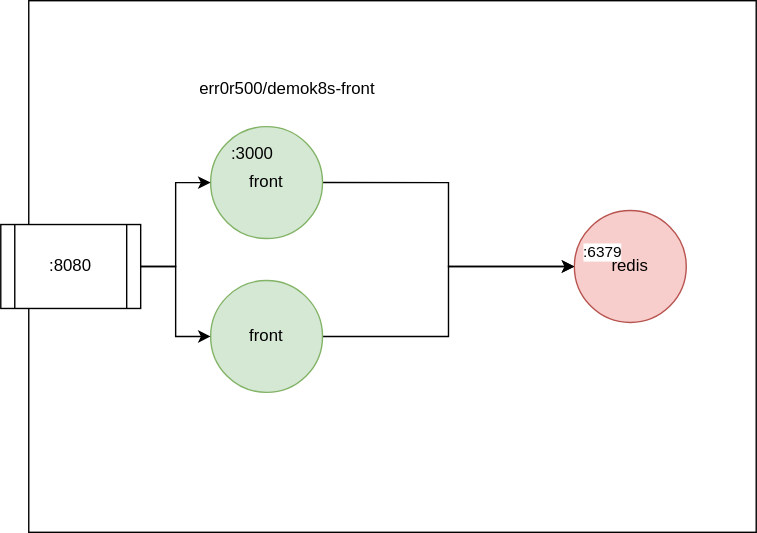
Before: demo.svg, a diagram exported from draw.io (err0r500/k8s-practice). Source tidied: cells renumbered, new cells last; positions are measured from the earlier drawing's top-left corner, leaving out a move shared by most shapes.
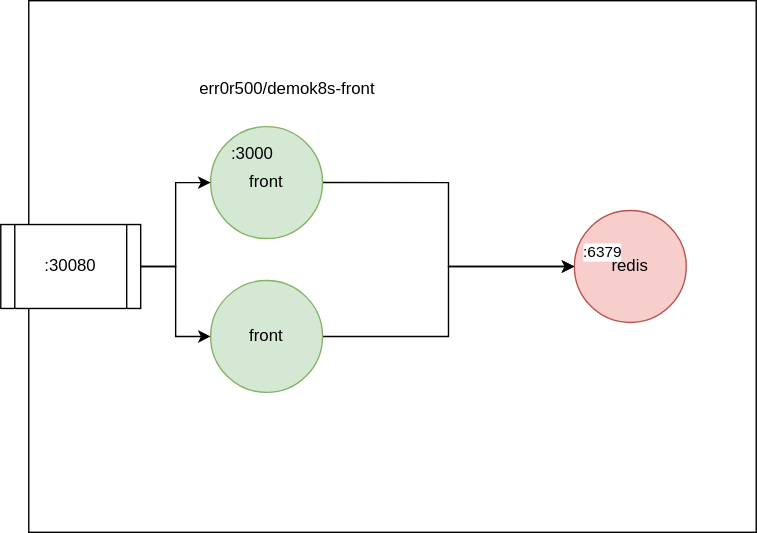
The same diagram one commit later.

Diff of the diagram source:
```diff
@@ -31,7 +31,7 @@
     <mxCell id="10" style="edgeStyle=orthogonalEdgeStyle;rounded=0;jettySize=auto;html=1;exitX=1;exitY=0.5;exitDx=0;exitDy=0;entryX=0;entryY=0.5;entryDx=0;entryDy=0;" parent="1" edge="1" source="11" target="8">
       <mxGeometry relative="1" as="geometry" />
     </mxCell>
-    <mxCell id="11" value=":8080" style="shape=process;whiteSpace=wrap;html=1;backgroundOutline=1;" parent="1" vertex="1">
+    <mxCell id="11" value=":30080" style="shape=process;whiteSpace=wrap;html=1;backgroundOutline=1;" parent="1" vertex="1">
       <mxGeometry y="160" width="100" height="60" as="geometry" />
     </mxCell>
     <mxCell id="12" value="&lt;span style=&quot;font-family: , &amp;#34;consolas&amp;#34; , &amp;#34;liberation mono&amp;#34; , &amp;#34;menlo&amp;#34; , monospace ; background-color: rgb(255 , 255 , 255)&quot;&gt;err0r500/demok8s-front&lt;br&gt;&lt;br&gt;&lt;/span&gt;" style="text;html=1;strokeColor=none;fillColor=none;align=center;verticalAlign=middle;whiteSpace=wrap;rounded=0;" parent="1" vertex="1">
```
